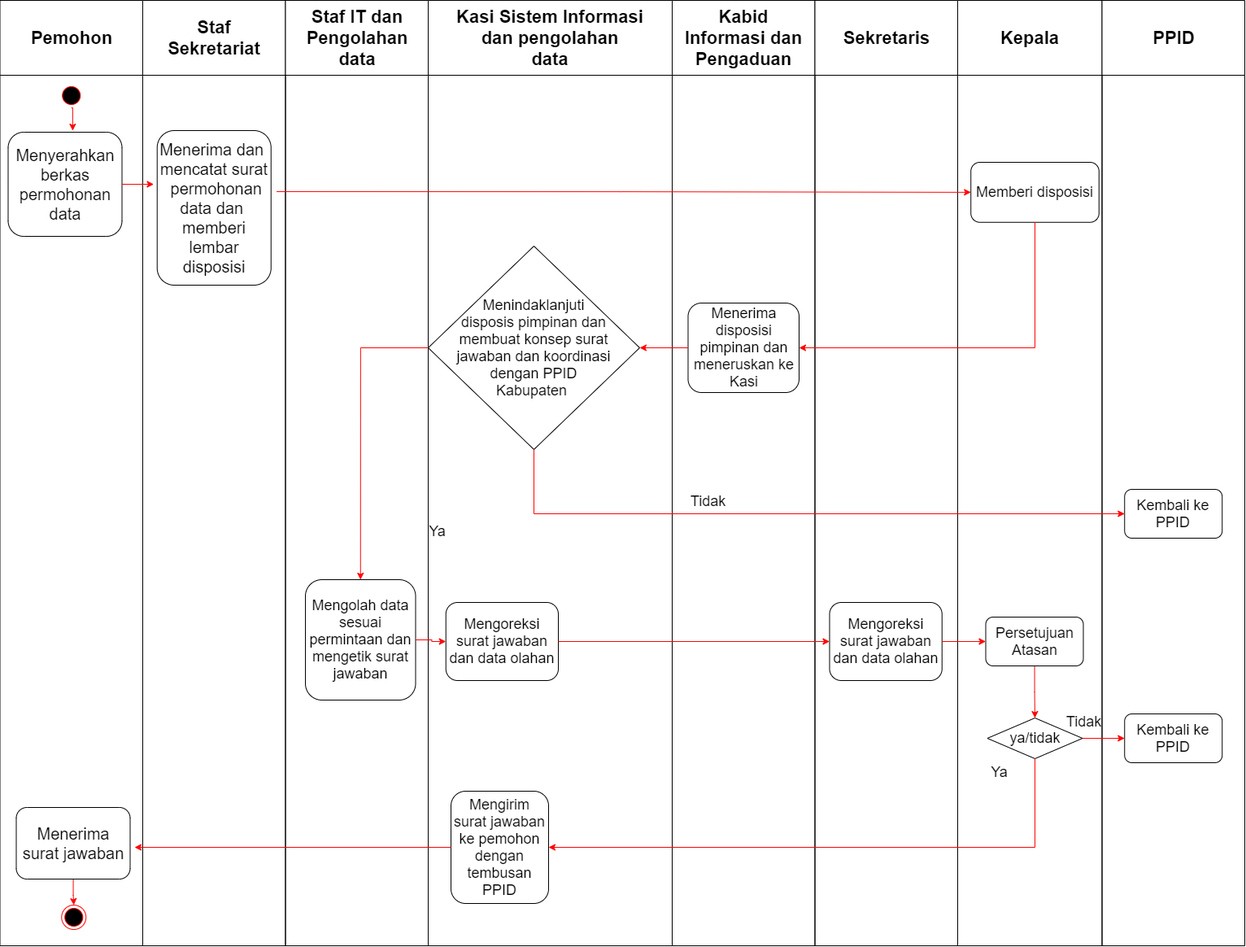
The draw.io diagram folder/STANDAR OPERASIONAL PROSEDUR SISTIM INFORMASI DATA.png in ferifahrul7/diagram-magang, before a commit. Source tidied: cells renumbered, new cells last; positions are measured from the earlier drawing's top-left corner, leaving out a move shared by most shapes.
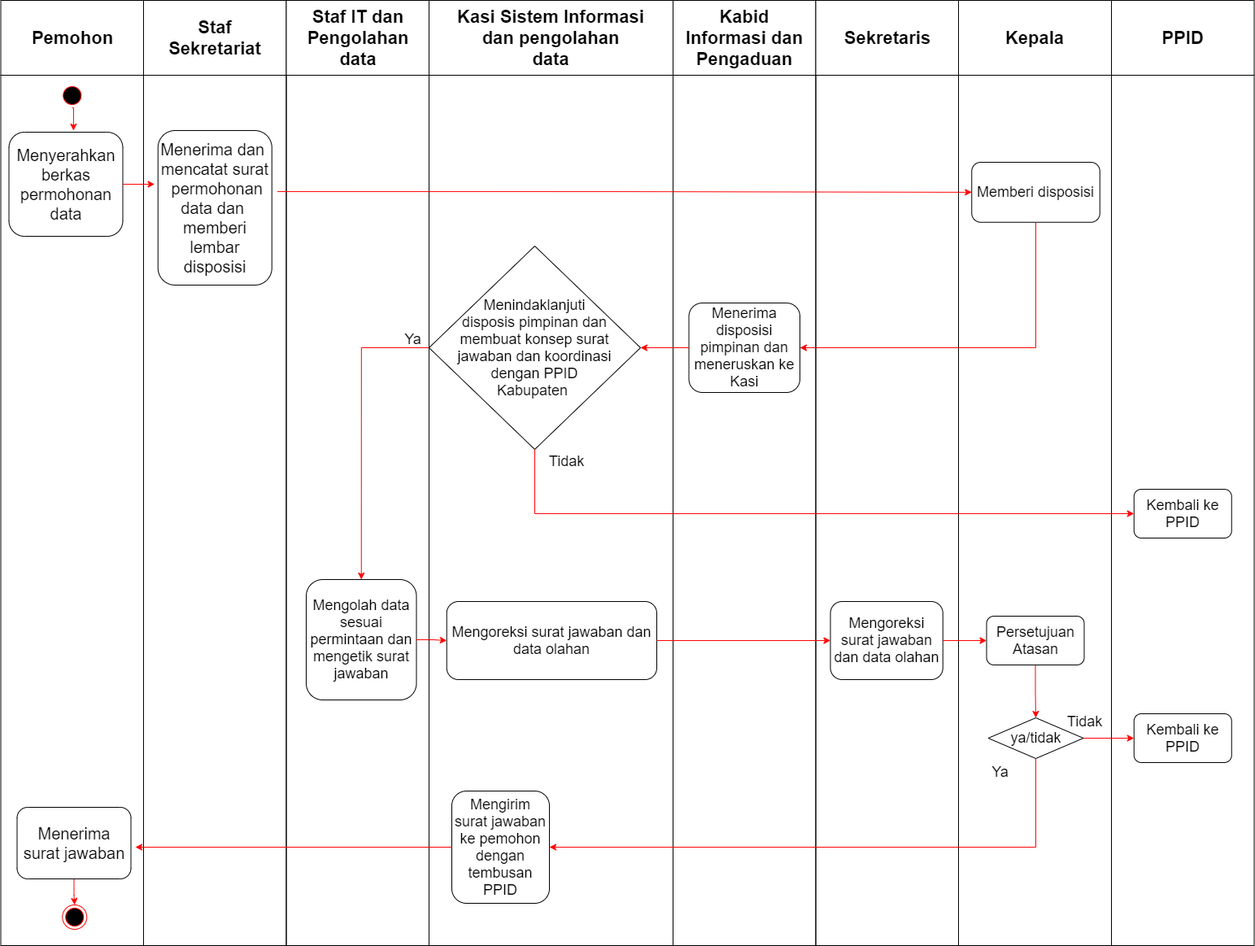
The same diagram one commit later.

What changed in the source:
```diff
@@ -35,6 +35,9 @@
     <mxCell id="12" value="&#10;&#10;Mengolah data sesuai permintaan dan&#10;mengetik surat jawaban &#10;&#10;" style="rounded=1;whiteSpace=wrap;html=1;fontSize=18;fontColor=#000000;" parent="11" vertex="1">
       <mxGeometry x="24.5" y="712" width="135.5" height="148" as="geometry" />
     </mxCell>
+    <mxCell id="17" value="Ya" style="text;html=1;align=center;verticalAlign=middle;fillColor=none;strokeColor=none;rounded=0;fontSize=18;fontColor=#000000;" parent="11" vertex="1">
+      <mxGeometry x="135.5" y="402" width="40" height="30" as="geometry" />
+    </mxCell>
     <mxCell id="13" value="Kasi Sistem Informasi&#10;dan pengolahan&#10;data" style="swimlane;whiteSpace=wrap;startSize=92;fontSize=22;" parent="1" vertex="1">
       <mxGeometry x="527" width="300" height="1162" as="geometry" />
     </mxCell>
@@ -42,31 +45,28 @@
       <mxGeometry y="302" width="260" height="250" as="geometry" />
     </mxCell>
     <mxCell id="15" value="&#10;&#10;Mengoreksi surat jawaban dan data olahan &#10;&#10;" style="rounded=1;whiteSpace=wrap;html=1;fontSize=18;fontColor=#000000;" parent="13" vertex="1">
-      <mxGeometry x="21.8" y="740" width="138.2" height="96" as="geometry" />
+      <mxGeometry x="21.8" y="739" width="258.2" height="96" as="geometry" />
     </mxCell>
     <mxCell id="16" value="&#10;&#10;Mengirim surat jawaban ke pemohon&#10;dengan tembusan PPID &#10;&#10;" style="rounded=1;whiteSpace=wrap;html=1;fontSize=18;fontColor=#000000;" parent="13" vertex="1">
       <mxGeometry x="28" y="972" width="120" height="138" as="geometry" />
     </mxCell>
-    <mxCell id="17" value="Ya" style="text;html=1;align=center;verticalAlign=middle;fillColor=none;strokeColor=none;rounded=0;fontSize=18;fontColor=#000000;" parent="13" vertex="1">
-      <mxGeometry x="-9.2" y="638" width="40" height="30" as="geometry" />
-    </mxCell>
+    <mxCell id="20" value="Tidak" style="text;html=1;align=center;verticalAlign=middle;fillColor=none;strokeColor=none;rounded=0;fontSize=18;fontColor=#000000;" parent="13" vertex="1">
+      <mxGeometry x="139" y="552" width="60" height="30" as="geometry" />
+    </mxCell>
     <mxCell id="18" value="Kabid&#10;Informasi dan&#10;Pengaduan" style="swimlane;whiteSpace=wrap;startSize=92;fontSize=22;" parent="1" vertex="1">
       <mxGeometry x="827" width="175.5" height="1162" as="geometry" />
     </mxCell>
     <mxCell id="19" value="Menerima disposisi pimpinan dan&lt;br style=&quot;font-size: 18px;&quot;&gt;meneruskan ke Kasi" style="rounded=1;whiteSpace=wrap;html=1;fontFamily=Helvetica;fontSize=18;fontColor=#000000;align=center;strokeColor=#000000;fillColor=#ffffff;" parent="18" vertex="1">
       <mxGeometry x="19.5" y="372" width="136.5" height="110" as="geometry" />
     </mxCell>
-    <mxCell id="20" value="Tidak" style="text;html=1;align=center;verticalAlign=middle;fillColor=none;strokeColor=none;rounded=0;fontSize=18;fontColor=#000000;" parent="18" vertex="1">
-      <mxGeometry x="13.5" y="601" width="60" height="30" as="geometry" />
-    </mxCell>
     <mxCell id="21" value="Sekretaris" style="swimlane;whiteSpace=wrap;startSize=92;fontSize=22;" parent="1" vertex="1">
       <mxGeometry x="1002.5" width="175.5" height="1162" as="geometry" />
     </mxCell>
     <mxCell id="22" value="&#10;&#10;Mengoreksi surat jawaban dan data olahan &#10;&#10;" style="rounded=1;whiteSpace=wrap;html=1;fontSize=18;fontColor=#000000;" parent="21" vertex="1">
-      <mxGeometry x="18" y="740" width="138.2" height="96" as="geometry" />
+      <mxGeometry x="18" y="739" width="138.2" height="96" as="geometry" />
     </mxCell>
     <mxCell id="23" value="Kepala" style="swimlane;whiteSpace=wrap;startSize=92;fontSize=22;" parent="1" vertex="1">
-      <mxGeometry x="1178" width="177.5" height="1162" as="geometry" />
+      <mxGeometry x="1178" width="188" height="1162" as="geometry" />
     </mxCell>
     <mxCell id="24" value="&lt;font style=&quot;font-size: 18px&quot;&gt;Memberi disposisi&lt;/font&gt;" style="rounded=1;whiteSpace=wrap;html=1;fontFamily=Helvetica;fontSize=15;fontColor=#000000;align=center;strokeColor=#000000;fillColor=#ffffff;" parent="23" vertex="1">
       <mxGeometry x="16.2" y="199" width="157.5" height="73.8" as="geometry" />
@@ -78,13 +78,13 @@
       <mxGeometry relative="1" as="geometry" />
     </mxCell>
     <mxCell id="27" value="Persetujuan Atasan" style="rounded=1;whiteSpace=wrap;html=1;fontSize=18;fontColor=#000000;" parent="23" vertex="1">
-      <mxGeometry x="34.5" y="758" width="120" height="60" as="geometry" />
+      <mxGeometry x="34.5" y="757" width="120" height="60" as="geometry" />
     </mxCell>
     <mxCell id="28" value="ya/tidak" style="rhombus;whiteSpace=wrap;html=1;fontSize=18;fontColor=#000000;" parent="23" vertex="1">
       <mxGeometry x="36.5" y="882" width="117" height="50" as="geometry" />
     </mxCell>
     <mxCell id="29" value="PPID" style="swimlane;whiteSpace=wrap;startSize=92;fontSize=22;" parent="1" vertex="1">
-      <mxGeometry x="1355.5" width="175.5" height="1162" as="geometry" />
+      <mxGeometry x="1366" width="175.5" height="1162" as="geometry" />
     </mxCell>
     <mxCell id="30" value="Kembali ke PPID" style="rounded=1;whiteSpace=wrap;html=1;fontSize=18;fontColor=#000000;" parent="29" vertex="1">
       <mxGeometry x="27.8" y="601" width="120" height="60" as="geometry" />
```
